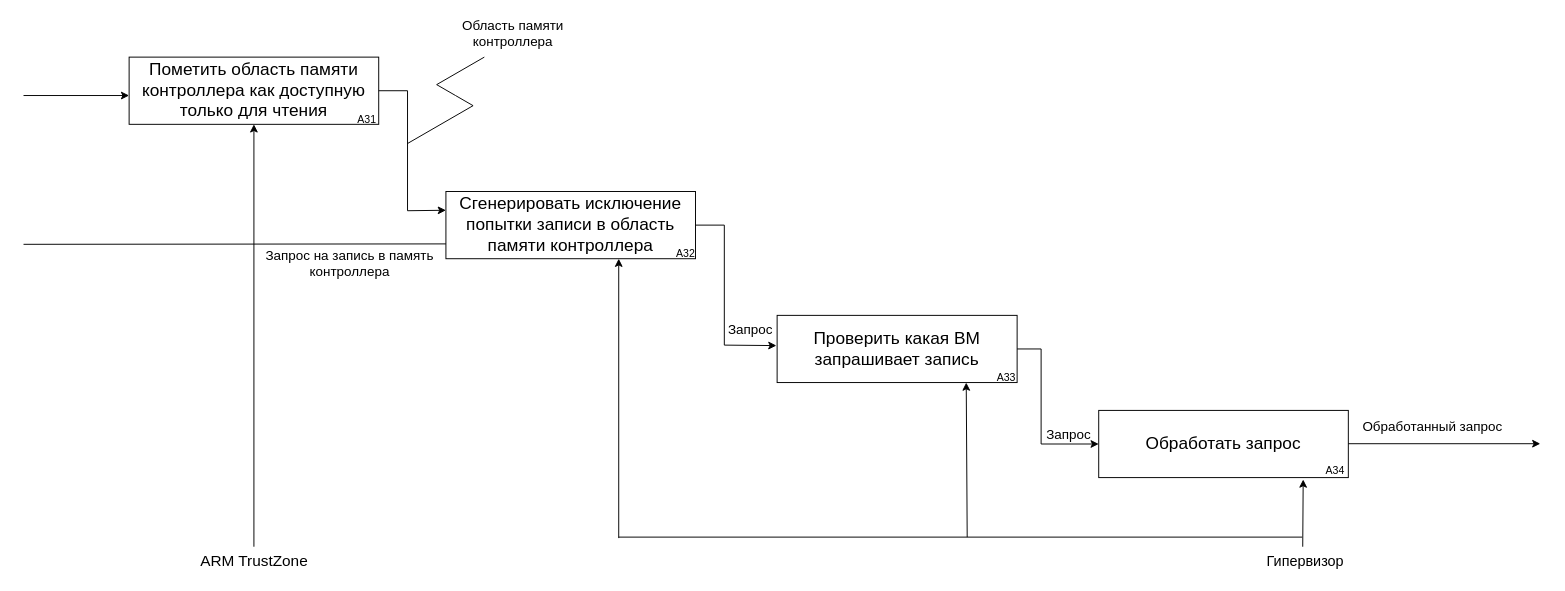
Before: page "Page-2" (2 of 2) of docs/drawio/idef0-trap-and-emulate.drawio in mRrvz/bmstu-masters-diploma, a draw.io diagram. Source tidied: cells renumbered, new cells numbered last; positions are measured from the earlier drawing's top-left corner, leaving out a move shared by most shapes. Both pictures are drawn from the tidied source at 96%, with x=0, y=0 at pixel (23, 18).
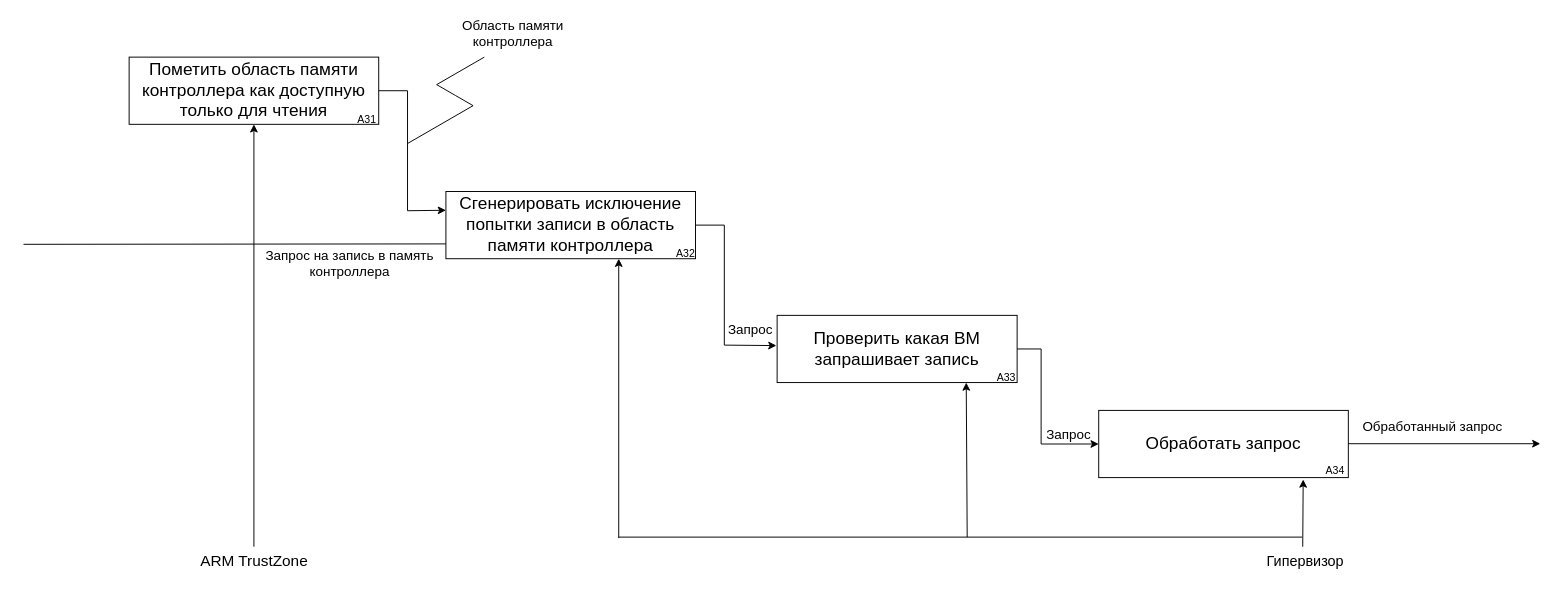
The same diagram, later.

What changed in the source:
```diff
@@
-    <mxCell id="26" style="endArrow=classic;html=1;rounded=0;entryX=0;entryY=0.5;entryDx=0;entryDy=0;" parent="1" edge="1">
-      <mxGeometry relative="1" as="geometry">
-        <mxPoint y="80" as="sourcePoint" />
-        <mxPoint x="110" y="80" as="targetPoint" />
-      </mxGeometry>
-    </mxCell>
```
